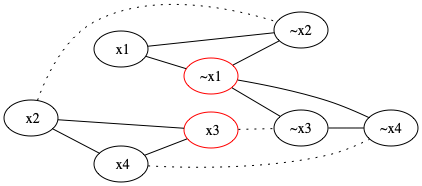
The Graphviz diagram slides2.png in AndrewHarrisSPU/satset, before a commit. Its source is kept beside it as slides2.dot.
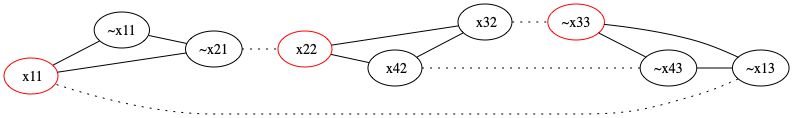
After the change.

Diff of the diagram source:
```diff
@@ -1,24 +1,33 @@
 strict graph {
 	rankdir = LR;
-	node [ color = black    ] " x1"
-	node [ color = red    ] "~x1"
-	node [ color = black    ] "~x2"
-	" x1" -- "~x1"
-	"~x1" -- "~x2"
-	"~x2" -- " x1"
-	node [ color = red    ] " x3"
-	node [ color = black    ] " x2"
-	node [ color = black    ] " x4"
-	" x3" -- " x2"
-	" x2" -- " x4"
-	" x4" -- " x3"
-	node [ color = red    ] "~x1"
-	node [ color = black    ] "~x3"
-	node [ color = black    ] "~x4"
-	"~x1" -- "~x3"
-	"~x3" -- "~x4"
-	"~x4" -- "~x1"
-	" x4" -- "~x4" [ style = dotted ]
-	" x2" -- "~x2" [ style = dotted ]
-	" x3" -- "~x3" [ style = dotted ]
+	node [ color = red    ] " x11"
+	node [ color = black    ] "~x11"
+	node [ color = black    ] "~x21"
+	" x11" -- "~x11"
+	"~x11" -- "~x21"
+	"~x21" -- " x11"
+	node [ color = black    ] " x32"
+	node [ color = red    ] " x22"
+	node [ color = black    ] " x42"
+	" x32" -- " x22"
+	" x22" -- " x42"
+	" x42" -- " x32"
+	node [ color = black    ] "~x13"
+	node [ color = red    ] "~x33"
+	node [ color = black    ] "~x43"
+	"~x13" -- "~x33"
+	"~x33" -- "~x43"
+	"~x43" -- "~x13"
+	node [ color = gray fontcolor = gray pos = "-10,0!" style = dotted ] "~x21"
+	node [ color = gray fontcolor = gray pos = "-10,0!" style = dotted ] " x22"
+	"~x21" -- " x22" [ style = dotted ]
+	node [ color = gray fontcolor = gray pos = "-10,0!" style = dotted ] "~x13"
+	node [ color = gray fontcolor = gray pos = "-10,0!" style = dotted ] " x11"
+	"~x13" -- " x11" [ style = dotted ]
+	node [ color = gray fontcolor = gray pos = "-10,0!" style = dotted ] " x32"
+	node [ color = gray fontcolor = gray pos = "-10,0!" style = dotted ] "~x33"
+	" x32" -- "~x33" [ style = dotted ]
+	node [ color = gray fontcolor = gray pos = "-10,0!" style = dotted ] " x42"
+	node [ color = gray fontcolor = gray pos = "-10,0!" style = dotted ] "~x43"
+	" x42" -- "~x43" [ style = dotted ]
 }
```
